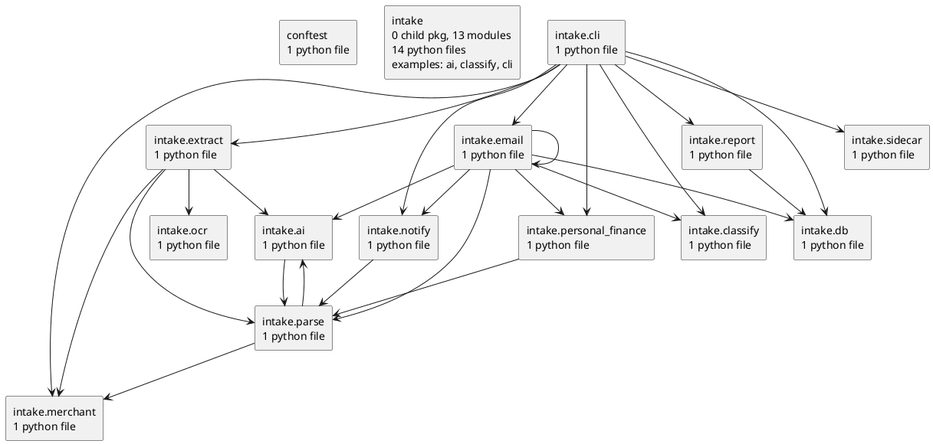
casonk/intake keeps this PlantUML diagram as docs/diagrams/python-packages.puml.png. Above is the earlier version.
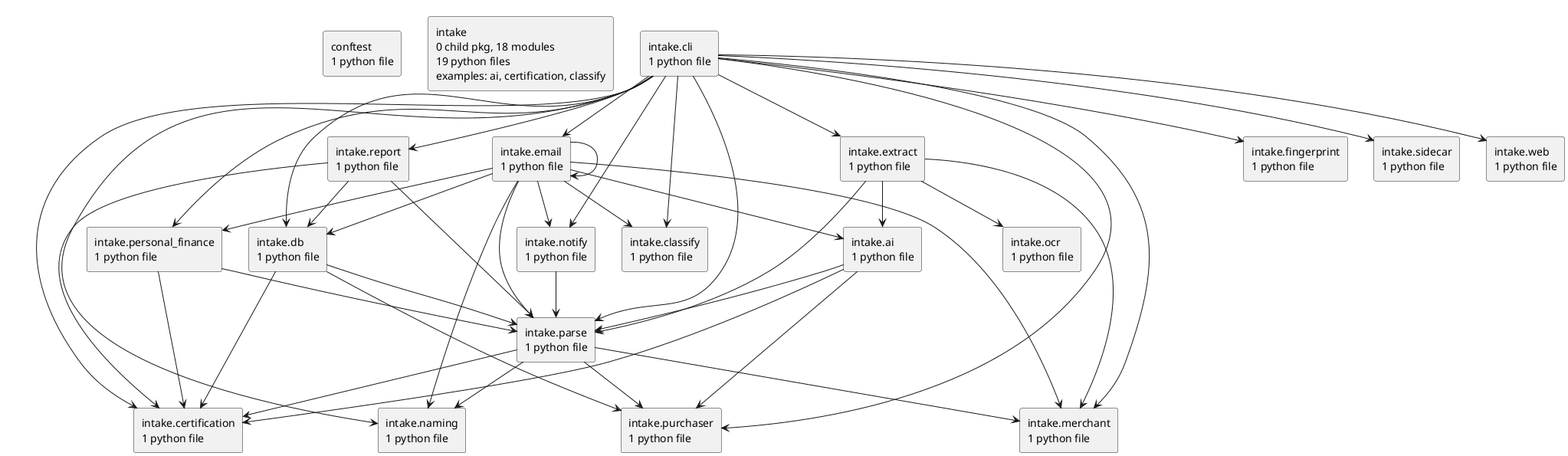
The same file after the commit.

The edit, as a diff of the source:
```diff
@@ -3,34 +3,52 @@
 top to bottom direction
 skinparam componentStyle rectangle
 rectangle "conftest\n1 python file" as conftest
-rectangle "intake\n0 child pkg, 13 modules\n14 python files\nexamples: ai, classify, cli" as intake
+rectangle "intake\n0 child pkg, 18 modules\n19 python files\nexamples: ai, certification, classify" as intake
 rectangle "intake.ai\n1 python file" as intake.ai
+rectangle "intake.certification\n1 python file" as intake.certification
 rectangle "intake.classify\n1 python file" as intake.classify
 rectangle "intake.cli\n1 python file" as intake.cli
 rectangle "intake.db\n1 python file" as intake.db
 rectangle "intake.email\n1 python file" as intake.email
 rectangle "intake.extract\n1 python file" as intake.extract
+rectangle "intake.fingerprint\n1 python file" as intake.fingerprint
 rectangle "intake.merchant\n1 python file" as intake.merchant
+rectangle "intake.naming\n1 python file" as intake.naming
 rectangle "intake.notify\n1 python file" as intake.notify
 rectangle "intake.ocr\n1 python file" as intake.ocr
 rectangle "intake.parse\n1 python file" as intake.parse
 rectangle "intake.personal_finance\n1 python file" as intake.personal_finance
+rectangle "intake.purchaser\n1 python file" as intake.purchaser
 rectangle "intake.report\n1 python file" as intake.report
 rectangle "intake.sidecar\n1 python file" as intake.sidecar
+rectangle "intake.web\n1 python file" as intake.web
+intake.ai --> intake.certification
 intake.ai --> intake.parse
+intake.ai --> intake.purchaser
+intake.cli --> intake.certification
 intake.cli --> intake.classify
 intake.cli --> intake.db
 intake.cli --> intake.email
 intake.cli --> intake.extract
+intake.cli --> intake.fingerprint
 intake.cli --> intake.merchant
+intake.cli --> intake.naming
 intake.cli --> intake.notify
+intake.cli --> intake.parse
 intake.cli --> intake.personal_finance
+intake.cli --> intake.purchaser
 intake.cli --> intake.report
 intake.cli --> intake.sidecar
+intake.cli --> intake.web
+intake.db --> intake.certification
+intake.db --> intake.parse
+intake.db --> intake.purchaser
 intake.email --> intake.ai
 intake.email --> intake.classify
 intake.email --> intake.db
 intake.email --> intake.email
+intake.email --> intake.merchant
+intake.email --> intake.naming
 intake.email --> intake.notify
 intake.email --> intake.parse
 intake.email --> intake.personal_finance
@@ -39,8 +57,13 @@
 intake.extract --> intake.ocr
 intake.extract --> intake.parse
 intake.notify --> intake.parse
-intake.parse --> intake.ai
+intake.parse --> intake.certification
 intake.parse --> intake.merchant
+intake.parse --> intake.naming
+intake.parse --> intake.purchaser
+intake.personal_finance --> intake.certification
 intake.personal_finance --> intake.parse
+intake.report --> intake.certification
 intake.report --> intake.db
+intake.report --> intake.parse
 @enduml
```
